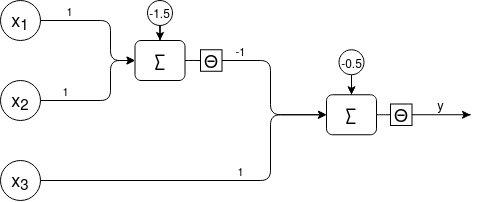
The draw.io diagram single_perceptron.png in smallSwed/imgs, before a commit. Source tidied: cells renumbered, new cells last; positions are measured from the earlier drawing's top-left corner, leaving out a move shared by most shapes.
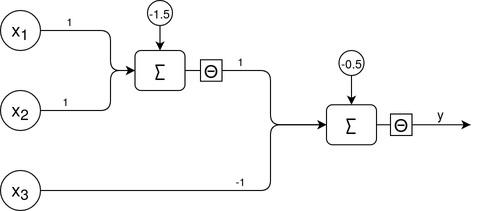
Later version of the same file.

The edit, as a diff of the source:
```diff
@@ -33,7 +33,7 @@
         </Array>
       </mxGeometry>
     </mxCell>
-    <mxCell id="7" value="-1" style="edgeStyle=elbowEdgeStyle;elbow=horizontal;endArrow=classic;html=1;entryX=0;entryY=0.5;entryDx=0;entryDy=0;exitX=1;exitY=0.5;exitDx=0;exitDy=0;labelPosition=center;verticalLabelPosition=top;align=center;verticalAlign=bottom;" parent="1" edge="1" source="19" target="15">
+    <mxCell id="7" value="1" style="edgeStyle=elbowEdgeStyle;elbow=horizontal;endArrow=classic;html=1;entryX=0;entryY=0.5;entryDx=0;entryDy=0;exitX=1;exitY=0.5;exitDx=0;exitDy=0;labelPosition=center;verticalLabelPosition=top;align=center;verticalAlign=bottom;" parent="1" edge="1" source="19" target="15">
       <mxGeometry x="-0.77" relative="1" as="geometry">
         <Array as="points">
           <mxPoint x="270" y="90" />
@@ -44,7 +44,7 @@
         </Array>
       </mxGeometry>
     </mxCell>
-    <mxCell id="8" value="1" style="edgeStyle=elbowEdgeStyle;elbow=horizontal;endArrow=classic;html=1;entryX=0;entryY=0.5;entryDx=0;entryDy=0;exitX=0.5;exitY=0;exitDx=0;exitDy=0;labelPosition=center;verticalLabelPosition=top;align=center;verticalAlign=bottom;" parent="1" edge="1" source="4" target="15">
+    <mxCell id="8" value="-1" style="edgeStyle=elbowEdgeStyle;elbow=horizontal;endArrow=classic;html=1;entryX=0;entryY=0.5;entryDx=0;entryDy=0;exitX=0.5;exitY=0;exitDx=0;exitDy=0;labelPosition=center;verticalLabelPosition=top;align=center;verticalAlign=bottom;" parent="1" edge="1" source="4" target="15">
       <mxGeometry x="0.14" relative="1" as="geometry">
         <Array as="points">
           <mxPoint x="270" y="140" />
@@ -54,12 +54,6 @@
     <mxCell id="9" style="group;fontSize=10;" parent="1" vertex="1">
       <mxGeometry x="260" y="79.2" width="210" height="100" as="geometry" />
     </mxCell>
-    <mxCell id="10" style="edgeStyle=orthogonalEdgeStyle;rounded=0;jettySize=auto;html=1;fontSize=18;entryX=0.5;entryY=0;entryDx=0;entryDy=0;" parent="9" edge="1" source="11" target="15">
-      <mxGeometry relative="1" as="geometry" />
-    </mxCell>
-    <mxCell id="11" value="-0.5" style="ellipse;whiteSpace=wrap;html=1;" parent="9" vertex="1">
-      <mxGeometry x="78.5" y="-30" width="25" height="25" as="geometry" />
-    </mxCell>
     <mxCell id="12" style="edgeStyle=elbowEdgeStyle;elbow=horizontal;endArrow=none;html=1;exitX=1;exitY=0.5;exitDx=0;exitDy=0;entryX=0;entryY=0.5;entryDx=0;entryDy=0;endFill=0;" parent="9" edge="1" source="15" target="14">
       <mxGeometry x="0.12" y="50" relative="1" as="geometry">
         <Array as="points">
@@ -68,13 +62,12 @@
       </mxGeometry>
     </mxCell>
     <mxCell id="13" value="y" style="edgeStyle=orthogonalEdgeStyle;rounded=0;jettySize=auto;html=1;endArrow=classic;endFill=1;fontSize=13;labelPosition=center;verticalLabelPosition=top;align=center;verticalAlign=bottom;" parent="9" edge="1" source="14">
-      <mxGeometry x="1" y="-30" relative="1" as="geometry">
+      <mxGeometry x="-0.03" relative="1" as="geometry">
         <mxPoint x="210" y="35" as="targetPoint" />
         <Array as="points">
           <mxPoint x="210" y="35" />
           <mxPoint x="210" y="35" />
         </Array>
-        <mxPoint x="-23" y="29" as="offset" />
       </mxGeometry>
     </mxCell>
     <mxCell id="14" value="Θ " style="whiteSpace=wrap;html=1;fontSize=18;" parent="9" vertex="1">
@@ -87,7 +80,7 @@
       <mxGeometry relative="1" as="geometry" />
     </mxCell>
     <mxCell id="17" value="-1.5" style="ellipse;whiteSpace=wrap;html=1;" parent="1" vertex="1">
-      <mxGeometry x="147" width="25" height="25" as="geometry" />
+      <mxGeometry x="147" y="-10" width="25" height="25" as="geometry" />
     </mxCell>
     <mxCell id="18" style="edgeStyle=elbowEdgeStyle;elbow=horizontal;endArrow=none;html=1;exitX=1;exitY=0.5;exitDx=0;exitDy=0;entryX=0;entryY=0.5;entryDx=0;entryDy=0;endFill=0;" parent="1" edge="1" source="20" target="19">
       <mxGeometry x="0.12" y="50" relative="1" as="geometry">
@@ -102,5 +95,11 @@
     <mxCell id="20" value="&lt;span class=&quot;box&quot;&gt;∑&lt;/span&gt;" style="rounded=1;whiteSpace=wrap;html=1;fontSize=18;" parent="1" vertex="1">
       <mxGeometry x="134.5" y="40" width="50" height="40" as="geometry" />
     </mxCell>
+    <mxCell id="11" value="-0.5" style="ellipse;whiteSpace=wrap;html=1;" parent="1" vertex="1">
+      <mxGeometry x="338.5" y="40" width="25" height="25" as="geometry" />
+    </mxCell>
+    <mxCell id="10" style="edgeStyle=orthogonalEdgeStyle;rounded=0;jettySize=auto;html=1;fontSize=18;entryX=0.5;entryY=0;entryDx=0;entryDy=0;" parent="1" edge="1" source="11" target="15">
+      <mxGeometry relative="1" as="geometry" />
+    </mxCell>
   </root>
 </mxGraphModel>
```
